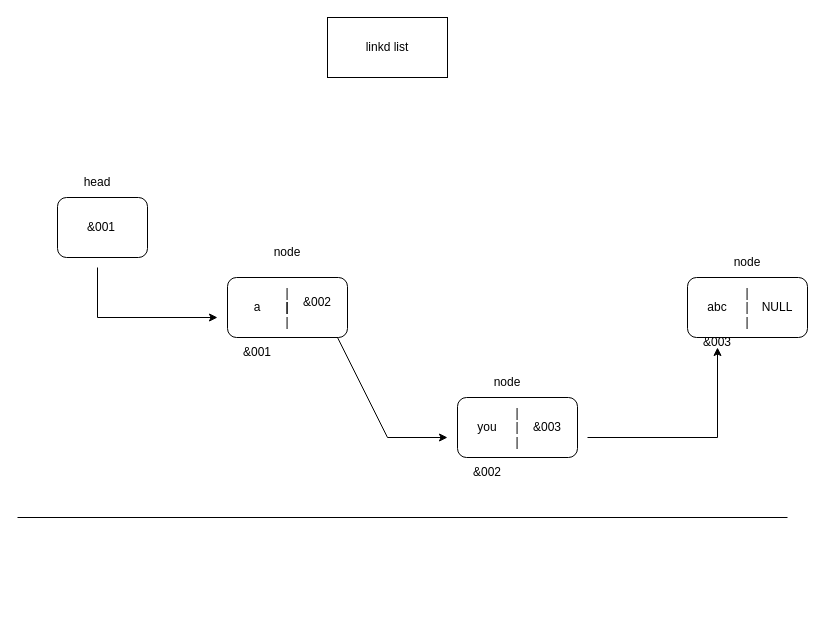
Above: Untitled Diagram.drawio in YOUSSF890/swap (draw.io), before the change. Source tidied: cells renumbered, new cells numbered last; positions are measured from the earlier drawing's top-left corner, leaving out a move shared by most shapes. Both pictures are drawn from the tidied source at 100%, with x=0, y=0 at pixel (17, 17).
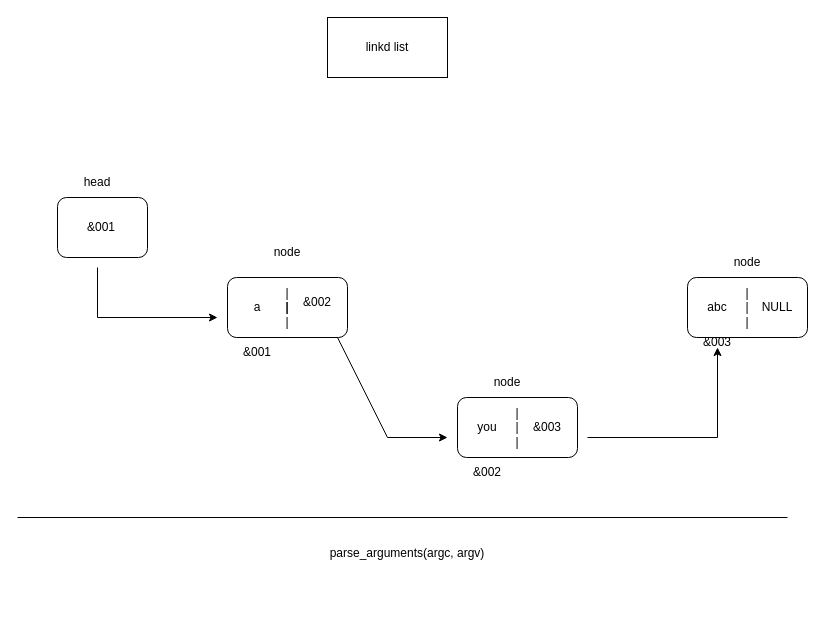
The same diagram, later.

What changed in the source:
```diff
@@
+    <mxCell id="29" value="&lt;p style=&quot;margin: 0px 0px 0px 23px; font-variant-numeric: normal; font-variant-east-asian: normal; font-variant-alternates: normal; font-kerning: auto; font-optical-sizing: auto; font-feature-settings: normal; font-variation-settings: normal; font-variant-position: normal; font-stretch: normal; line-height: normal; font-family: &amp;quot;Helvetica Neue&amp;quot;; text-align: start; text-wrap: wrap;&quot; class=&quot;p1&quot;&gt;&lt;br&gt;&lt;/p&gt;" style="text;html=1;align=center;verticalAlign=middle;strokeColor=none;fillColor=none;" parent="1" vertex="1">
+      <mxGeometry x="335" y="535" width="50" height="30" as="geometry" />
+    </mxCell>
+    <mxCell id="30" value="&#10;parse_arguments(argc, argv)&#10;&#10;&#10;" style="text;html=1;align=center;verticalAlign=middle;whiteSpace=wrap;rounded=0;" parent="1" vertex="1">
+      <mxGeometry x="270" y="535" width="240" height="30" as="geometry" />
+    </mxCell>
```
